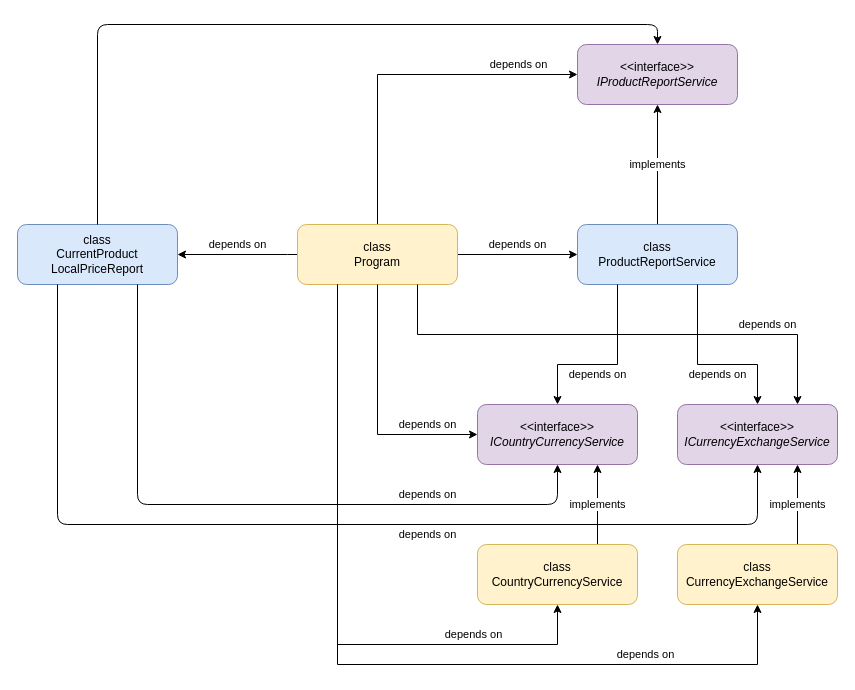
This is page "CurrentProductLocalPriceReport" (7 of 7) of module03/module03.drawio from epam-dotnet-lab/northwind-apps, a draw.io file, before an edit. Source tidied: cells renumbered, new cells numbered last; positions are measured from the earlier drawing's top-left corner, leaving out a move shared by most shapes. Both pictures are drawn from the tidied source at 100%, with x=0, y=0 at pixel (17, 24).
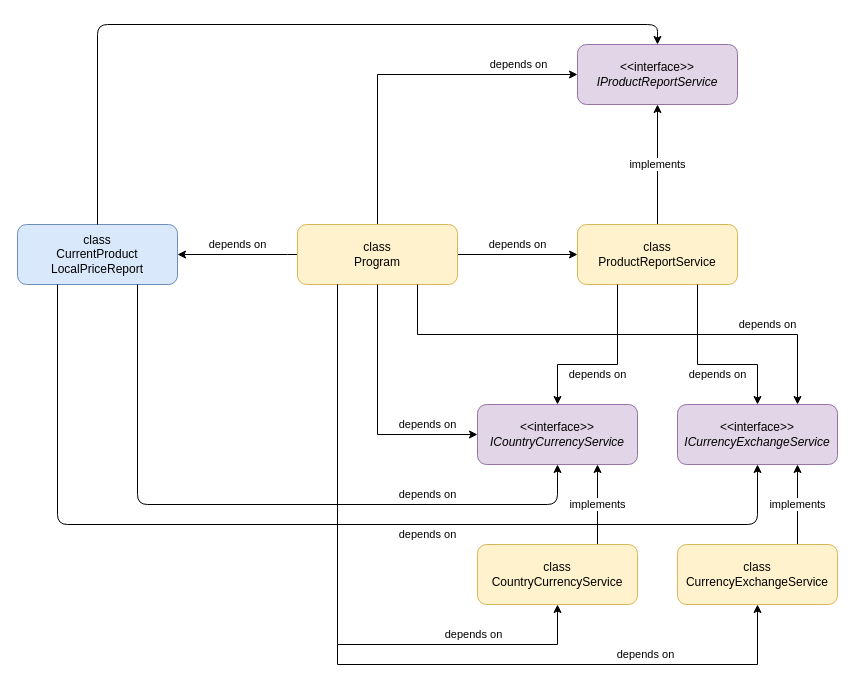
After the change.

Change to the diagram source:
```diff
@@
-    <mxCell id="9" value="class&lt;br&gt;ProductReportService" style="rounded=1;whiteSpace=wrap;html=1;fillColor=#dae8fc;strokeColor=#6c8ebf;" parent="1" vertex="1">
+    <mxCell id="9" value="class&lt;br&gt;ProductReportService" style="rounded=1;whiteSpace=wrap;html=1;fillColor=#fff2cc;strokeColor=#d6b656;" parent="1" vertex="1">
       <mxGeometry x="560" y="200" width="160" height="60" as="geometry" />
     </mxCell>
```
